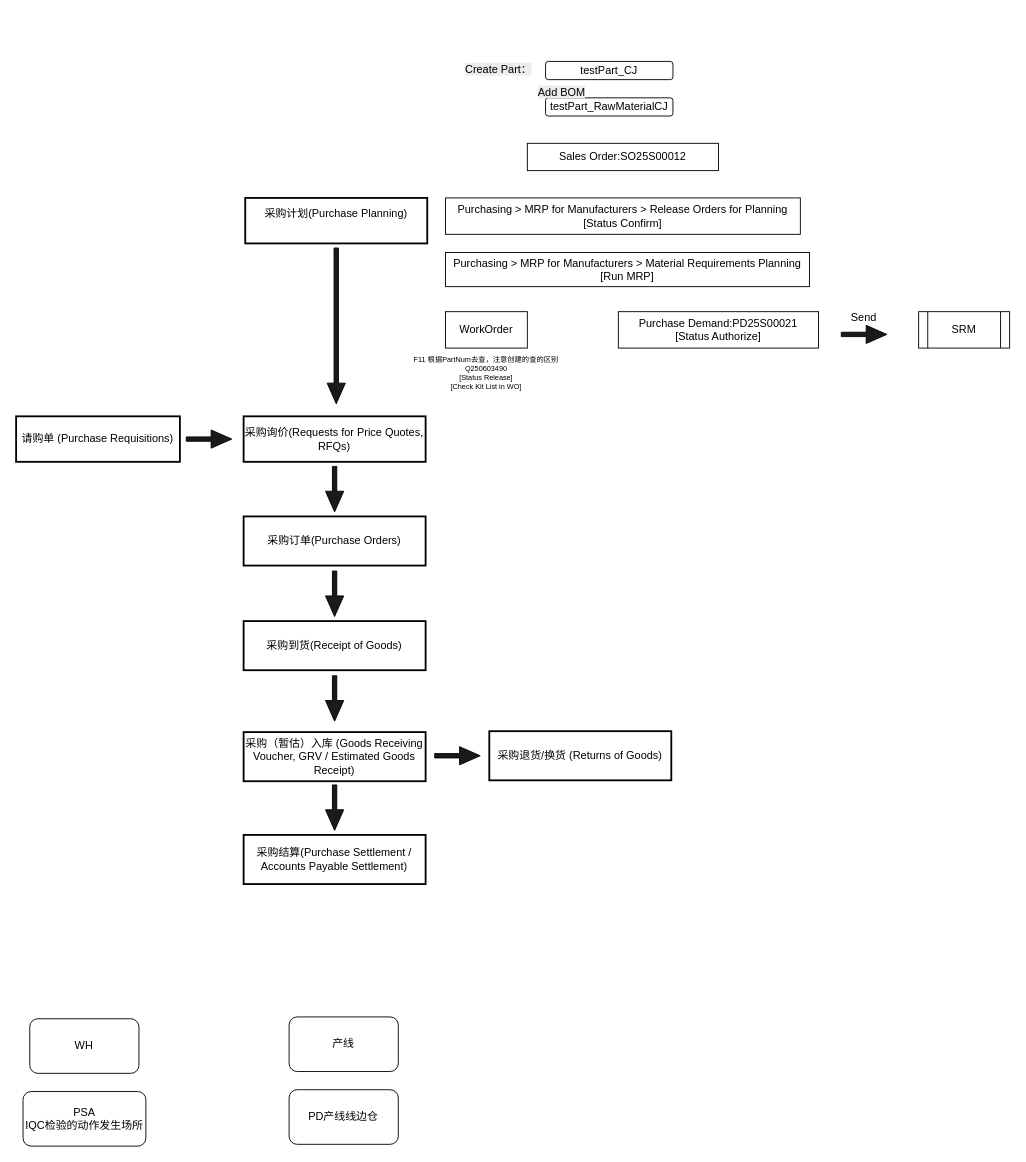
CJyoung524/DrawIO keeps this draw.io diagram as ERP.drawio. Above is the earlier version. Source tidied: cells renumbered, new cells numbered last; positions are measured from the earlier drawing's top-left corner, leaving out a move shared by most shapes. Both pictures are drawn from the tidied source at 91%, with x=0, y=0 at pixel (15, 56).
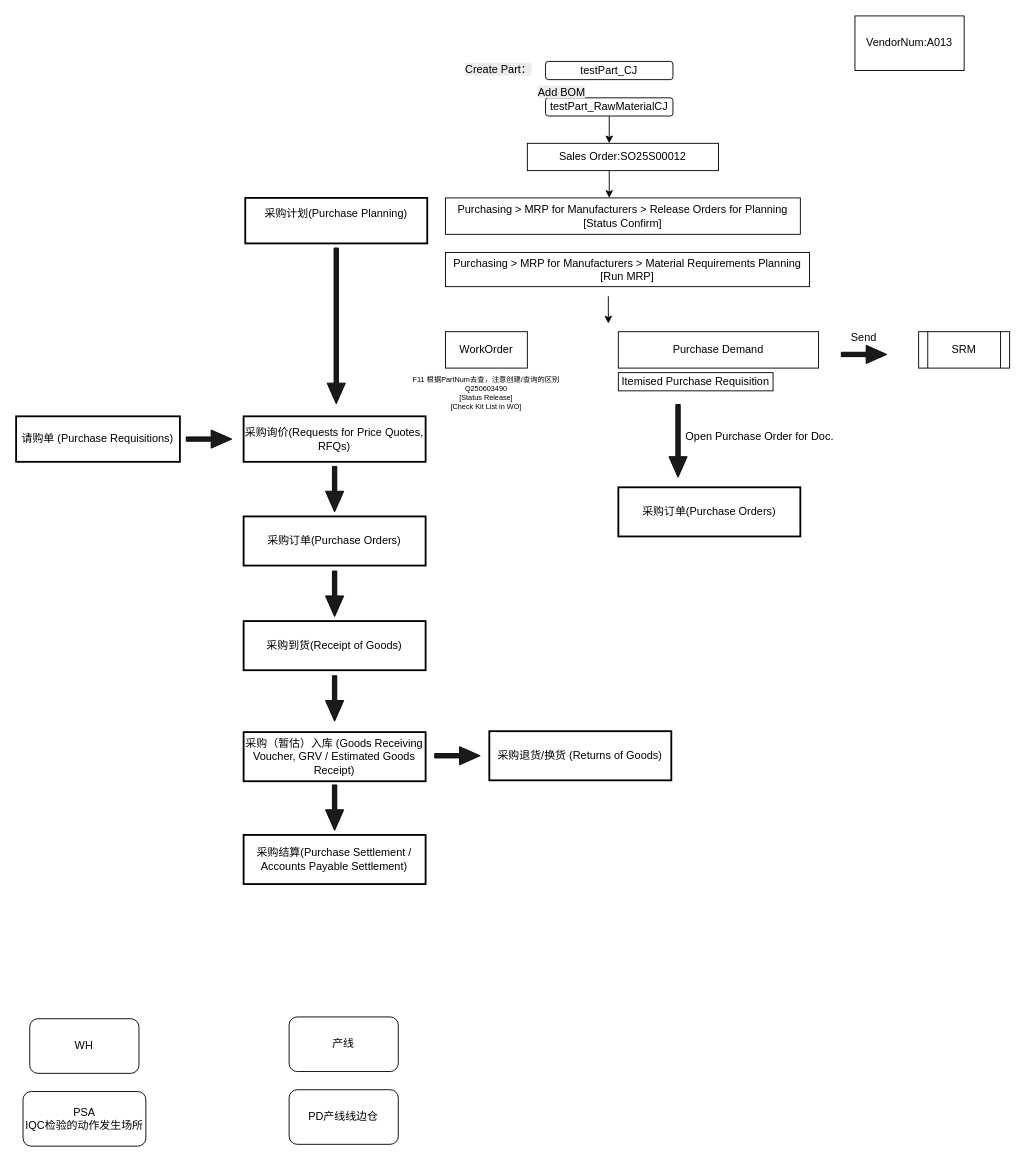
After the change.

Change to the diagram source:
```diff
@@
     <mxCell id="24" value="WorkOrder" style="rounded=0;whiteSpace=wrap;html=1;" parent="1" vertex="1">
-      <mxGeometry x="472" y="280" width="90" height="40" as="geometry" />
+      <mxGeometry x="472" y="302" width="90" height="40" as="geometry" />
     </mxCell>
-    <mxCell id="25" value="Purchase Demand:PD25S00021&lt;div&gt;[Status Authorize]&lt;/div&gt;" style="rounded=0;whiteSpace=wrap;html=1;" parent="1" vertex="1">
-      <mxGeometry x="662" y="280" width="220" height="40" as="geometry" />
+    <mxCell id="25" value="Purchase Demand" style="rounded=0;whiteSpace=wrap;html=1;" parent="1" vertex="1">
+      <mxGeometry x="662" y="302" width="220" height="40" as="geometry" />
     </mxCell>
     <mxCell id="26" value="SRM" style="shape=process;whiteSpace=wrap;html=1;backgroundOutline=1;" parent="1" vertex="1">
-      <mxGeometry x="992" y="280" width="100" height="40" as="geometry" />
+      <mxGeometry x="992" y="302" width="100" height="40" as="geometry" />
     </mxCell>
     <mxCell id="27" style="group;" parent="1" vertex="1">
-      <mxGeometry x="902" y="272" width="60" height="43" as="geometry" />
+      <mxGeometry x="902" y="294" width="60" height="43" as="geometry" />
     </mxCell>
@@
-    <mxCell id="30" value="F11 根据PartNum去查，注意创建的查的区别&lt;div&gt;Q250603490&lt;/div&gt;&lt;div&gt;[Status Release]&lt;/div&gt;&lt;div&gt;[Check Kit List in WO]&lt;/div&gt;" style="text;html=1;align=center;verticalAlign=middle;whiteSpace=wrap;rounded=0;fontSize=8;" parent="1" vertex="1">
-      <mxGeometry x="427" y="325" width="180" height="46" as="geometry" />
+    <mxCell id="30" value="F11 根据PartNum去查，注意创建/查询的区别&lt;div&gt;Q250603490&lt;/div&gt;&lt;div&gt;[Status Release]&lt;/div&gt;&lt;div&gt;[Check Kit List in WO]&lt;/div&gt;" style="text;html=1;align=center;verticalAlign=middle;whiteSpace=wrap;rounded=0;fontSize=8;" parent="1" vertex="1">
+      <mxGeometry x="427" y="347" width="180" height="46" as="geometry" />
     </mxCell>
@@
+    <mxCell id="35" value="VendorNum:A013" style="whiteSpace=wrap;html=1;" parent="1" vertex="1">
+      <mxGeometry x="922" y="-45" width="120" height="60" as="geometry" />
+    </mxCell>
+    <mxCell id="36" value="Itemised Purchase Requisition" style="rounded=0;whiteSpace=wrap;html=1;" parent="1" vertex="1">
+      <mxGeometry x="662" y="347" width="170" height="20" as="geometry" />
+    </mxCell>
+    <mxCell id="37" value="采购订单(Purchase Orders)" style="whiteSpace=wrap;strokeWidth=2;" parent="1" vertex="1">
+      <mxGeometry x="662" y="473" width="200" height="54" as="geometry" />
+    </mxCell>
+    <mxCell id="38" style="html=1;shadow=0;dashed=0;align=center;verticalAlign=middle;shape=mxgraph.arrows2.arrow;dy=0.76;dx=22.67;notch=0;fillColor=#1A1A1A;rotation=90;" parent="1" vertex="1">
+      <mxGeometry x="687.6" y="412" width="80" height="20" as="geometry" />
+    </mxCell>
+    <mxCell id="39" value="Open Purchase Order for Doc." style="text;html=1;align=center;verticalAlign=middle;strokeColor=none;fillColor=none;" parent="1" vertex="1">
+      <mxGeometry x="722" y="402" width="190" height="30" as="geometry" />
+    </mxCell>
+    <mxCell id="40" style="endArrow=classic;html=1;rounded=0;" parent="1" edge="1">
+      <mxGeometry relative="1" as="geometry">
+        <mxPoint x="652" y="65" as="sourcePoint" />
+        <mxPoint x="652" y="95" as="targetPoint" />
+      </mxGeometry>
+    </mxCell>
+    <mxCell id="41" style="endArrow=classic;html=1;rounded=0;" parent="1" edge="1">
+      <mxGeometry relative="1" as="geometry">
+        <mxPoint x="652" y="125" as="sourcePoint" />
+        <mxPoint x="652" y="155" as="targetPoint" />
+      </mxGeometry>
+    </mxCell>
+    <mxCell id="42" style="endArrow=classic;html=1;rounded=0;" parent="1" edge="1">
+      <mxGeometry relative="1" as="geometry">
+        <mxPoint x="651" y="263" as="sourcePoint" />
+        <mxPoint x="651" y="293" as="targetPoint" />
+      </mxGeometry>
+    </mxCell>
```
